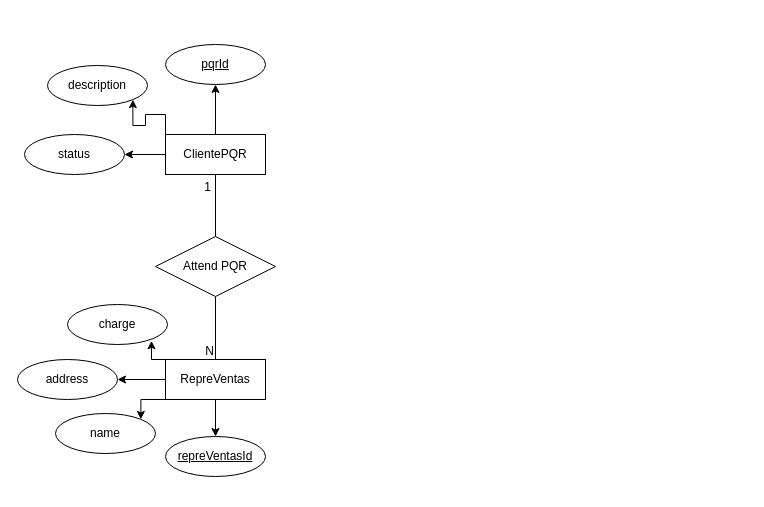
ThomR08/IntroduccionAlBackend_S2_RamirezAlan keeps this draw.io diagram as Dia5/OracleBaseballLeagueCorregido.drawio. Above is the earlier version. Source tidied: cells renumbered, new cells numbered last; positions are measured from the earlier drawing's top-left corner, leaving out a move shared by most shapes. Both pictures are drawn from the tidied source at 100%, with x=0, y=0 at pixel (17, 44).
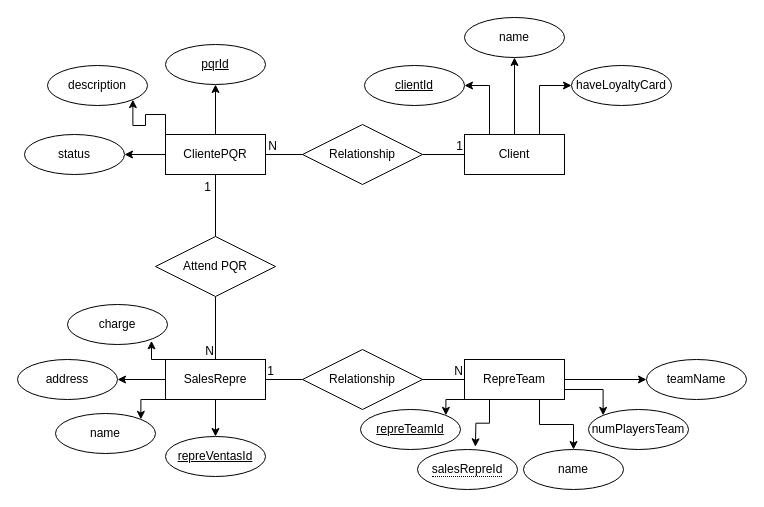
Above is the later version.

Commit message:
feat :sparkles: Developing Oracle

The change refers to these unchanged cells:
```xml
<mxCell id="5" value="ClientePQR" style="whiteSpace=wrap;html=1;align=center;" parent="1" vertex="1">
  <mxGeometry x="148" y="90" width="100" height="40" as="geometry" />
</mxCell>
```

Change to the diagram source:
```diff
@@
-    <mxCell id="12" value="RepreVentas" style="whiteSpace=wrap;html=1;align=center;" parent="1" vertex="1">
+    <mxCell id="12" value="SalesRepre" style="whiteSpace=wrap;html=1;align=center;" parent="1" vertex="1">
       <mxGeometry x="148" y="315" width="100" height="40" as="geometry" />
     </mxCell>
@@
+    <mxCell id="23" style="edgeStyle=orthogonalEdgeStyle;rounded=0;jettySize=auto;html=1;exitX=0;exitY=1;exitDx=0;exitDy=0;entryX=1;entryY=0;entryDx=0;entryDy=0;" parent="1" edge="1" source="28" target="34">
+      <mxGeometry relative="1" as="geometry" />
+    </mxCell>
+    <mxCell id="24" style="edgeStyle=orthogonalEdgeStyle;rounded=0;jettySize=auto;html=1;exitX=0.25;exitY=1;exitDx=0;exitDy=0;" parent="1" edge="1" source="28">
+      <mxGeometry relative="1" as="geometry">
+        <mxPoint x="457.9" y="402.3" as="targetPoint" />
+      </mxGeometry>
+    </mxCell>
+    <mxCell id="25" style="edgeStyle=orthogonalEdgeStyle;rounded=0;jettySize=auto;html=1;exitX=0.75;exitY=1;exitDx=0;exitDy=0;entryX=0.5;entryY=0;entryDx=0;entryDy=0;" parent="1" edge="1" source="28" target="36">
+      <mxGeometry relative="1" as="geometry" />
+    </mxCell>
+    <mxCell id="26" style="edgeStyle=orthogonalEdgeStyle;rounded=0;jettySize=auto;html=1;exitX=1;exitY=0.75;exitDx=0;exitDy=0;entryX=0;entryY=0;entryDx=0;entryDy=0;" parent="1" edge="1" source="28" target="37">
+      <mxGeometry relative="1" as="geometry" />
+    </mxCell>
+    <mxCell id="27" style="edgeStyle=orthogonalEdgeStyle;rounded=0;jettySize=auto;html=1;exitX=1;exitY=0.5;exitDx=0;exitDy=0;" parent="1" edge="1" source="28" target="38">
+      <mxGeometry relative="1" as="geometry" />
+    </mxCell>
+    <mxCell id="28" value="RepreTeam" style="whiteSpace=wrap;html=1;align=center;" parent="1" vertex="1">
+      <mxGeometry x="447" y="315" width="100" height="40" as="geometry" />
+    </mxCell>
+    <mxCell id="29" value="Relationship" style="shape=rhombus;perimeter=rhombusPerimeter;whiteSpace=wrap;html=1;align=center;" parent="1" vertex="1">
+      <mxGeometry x="285" y="305" width="120" height="60" as="geometry" />
+    </mxCell>
+    <mxCell id="30" style="endArrow=none;html=1;rounded=0;entryX=1;entryY=0.5;entryDx=0;entryDy=0;exitX=0;exitY=0.5;exitDx=0;exitDy=0;" parent="1" edge="1" source="29" target="12">
+      <mxGeometry relative="1" as="geometry" />
+    </mxCell>
+    <mxCell id="31" value="1" style="html=1;whiteSpace=wrap;align=right;verticalAlign=bottom;" parent="30" vertex="1">
+      <mxGeometry x="1" relative="1" as="geometry">
+        <mxPoint x="10" as="offset" />
+      </mxGeometry>
+    </mxCell>
+    <mxCell id="32" style="endArrow=none;html=1;rounded=0;exitX=1;exitY=0.5;exitDx=0;exitDy=0;entryX=0;entryY=0.5;entryDx=0;entryDy=0;" parent="1" edge="1" source="29" target="28">
+      <mxGeometry relative="1" as="geometry" />
+    </mxCell>
+    <mxCell id="33" value="N" style="html=1;whiteSpace=wrap;align=right;verticalAlign=bottom;" parent="32" vertex="1">
+      <mxGeometry x="1" relative="1" as="geometry" />
+    </mxCell>
+    <mxCell id="34" value="repreTeamId" style="ellipse;whiteSpace=wrap;html=1;align=center;fontStyle=4;" parent="1" vertex="1">
+      <mxGeometry x="343" y="365" width="100" height="40" as="geometry" />
+    </mxCell>
+    <mxCell id="35" value="&lt;span style=&quot;border-bottom: 1px dotted&quot;&gt;salesRepreId&lt;/span&gt;" style="ellipse;whiteSpace=wrap;html=1;align=center;" parent="1" vertex="1">
+      <mxGeometry x="400" y="405" width="100" height="40" as="geometry" />
+    </mxCell>
+    <mxCell id="36" value="name" style="ellipse;whiteSpace=wrap;html=1;align=center;" parent="1" vertex="1">
+      <mxGeometry x="506" y="405" width="100" height="40" as="geometry" />
+    </mxCell>
+    <mxCell id="37" value="numPlayersTeam" style="ellipse;whiteSpace=wrap;html=1;align=center;" parent="1" vertex="1">
+      <mxGeometry x="571" y="365" width="100" height="40" as="geometry" />
+    </mxCell>
+    <mxCell id="38" value="teamName" style="ellipse;whiteSpace=wrap;html=1;align=center;" parent="1" vertex="1">
+      <mxGeometry x="629" y="315" width="100" height="40" as="geometry" />
+    </mxCell>
+    <mxCell id="39" value="Relationship" style="shape=rhombus;perimeter=rhombusPerimeter;whiteSpace=wrap;html=1;align=center;" parent="1" vertex="1">
+      <mxGeometry x="285" y="80" width="120" height="60" as="geometry" />
+    </mxCell>
+    <mxCell id="40" style="endArrow=none;html=1;rounded=0;exitX=1;exitY=0.5;exitDx=0;exitDy=0;entryX=0;entryY=0.5;entryDx=0;entryDy=0;" parent="1" edge="1" source="39" target="47">
+      <mxGeometry relative="1" as="geometry" />
+    </mxCell>
+    <mxCell id="41" value="1" style="html=1;whiteSpace=wrap;align=right;verticalAlign=bottom;" parent="40" vertex="1">
+      <mxGeometry x="1" relative="1" as="geometry" />
+    </mxCell>
+    <mxCell id="42" style="endArrow=none;html=1;rounded=0;entryX=1;entryY=0.5;entryDx=0;entryDy=0;exitX=0;exitY=0.5;exitDx=0;exitDy=0;" parent="1" edge="1" source="39" target="5">
+      <mxGeometry relative="1" as="geometry" />
+    </mxCell>
+    <mxCell id="43" value="N" style="html=1;whiteSpace=wrap;align=right;verticalAlign=bottom;" parent="42" vertex="1">
+      <mxGeometry x="1" relative="1" as="geometry">
+        <mxPoint x="13" as="offset" />
+      </mxGeometry>
+    </mxCell>
+    <mxCell id="44" style="edgeStyle=orthogonalEdgeStyle;rounded=0;jettySize=auto;html=1;exitX=0.25;exitY=0;exitDx=0;exitDy=0;entryX=1;entryY=0.5;entryDx=0;entryDy=0;" parent="1" edge="1" source="47" target="48">
+      <mxGeometry relative="1" as="geometry" />
+    </mxCell>
+    <mxCell id="45" style="edgeStyle=orthogonalEdgeStyle;rounded=0;jettySize=auto;html=1;exitX=0.5;exitY=0;exitDx=0;exitDy=0;" parent="1" edge="1" source="47" target="50">
+      <mxGeometry relative="1" as="geometry" />
+    </mxCell>
+    <mxCell id="46" style="edgeStyle=orthogonalEdgeStyle;rounded=0;jettySize=auto;html=1;exitX=0.75;exitY=0;exitDx=0;exitDy=0;entryX=0;entryY=0.5;entryDx=0;entryDy=0;" parent="1" edge="1" source="47" target="49">
+      <mxGeometry relative="1" as="geometry" />
+    </mxCell>
+    <mxCell id="47" value="Client" style="whiteSpace=wrap;html=1;align=center;" parent="1" vertex="1">
+      <mxGeometry x="447" y="90" width="100" height="40" as="geometry" />
+    </mxCell>
+    <mxCell id="48" value="clientId" style="ellipse;whiteSpace=wrap;html=1;align=center;fontStyle=4;" parent="1" vertex="1">
+      <mxGeometry x="347" y="21" width="100" height="40" as="geometry" />
+    </mxCell>
+    <mxCell id="49" value="haveLoyaltyCard" style="ellipse;whiteSpace=wrap;html=1;align=center;" parent="1" vertex="1">
+      <mxGeometry x="554" y="21" width="100" height="40" as="geometry" />
+    </mxCell>
+    <mxCell id="50" value="name" style="ellipse;whiteSpace=wrap;html=1;align=center;" parent="1" vertex="1">
+      <mxGeometry x="447" y="-27" width="100" height="40" as="geometry" />
+    </mxCell>
```
